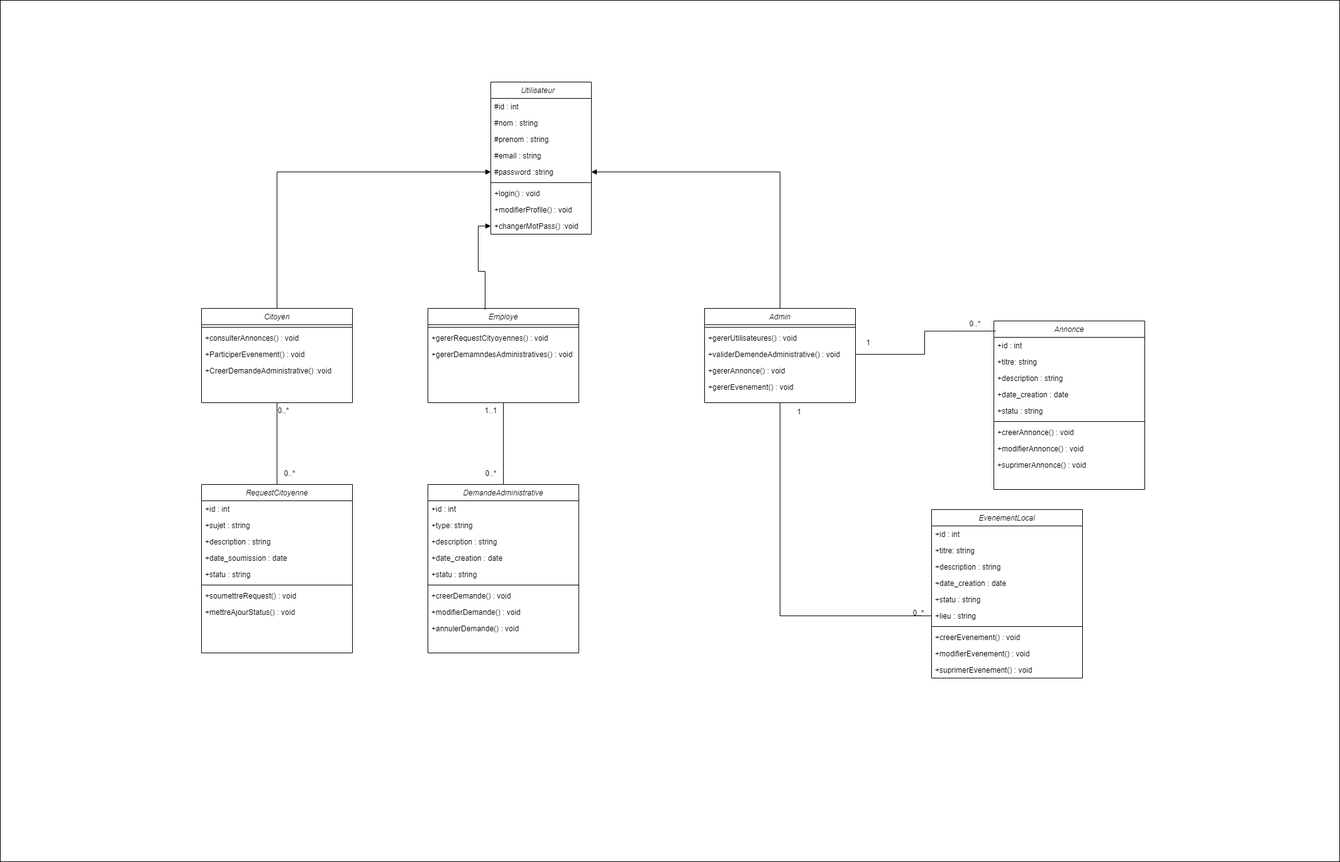
Earlier version of the draw.io export diagramme de class fill rouge.drawio.png (Abdelmoudiri/fill_rouge_fonctionalite). Source tidied: cells renumbered, new cells last; positions are measured from the earlier drawing's top-left corner, leaving out a move shared by most shapes.
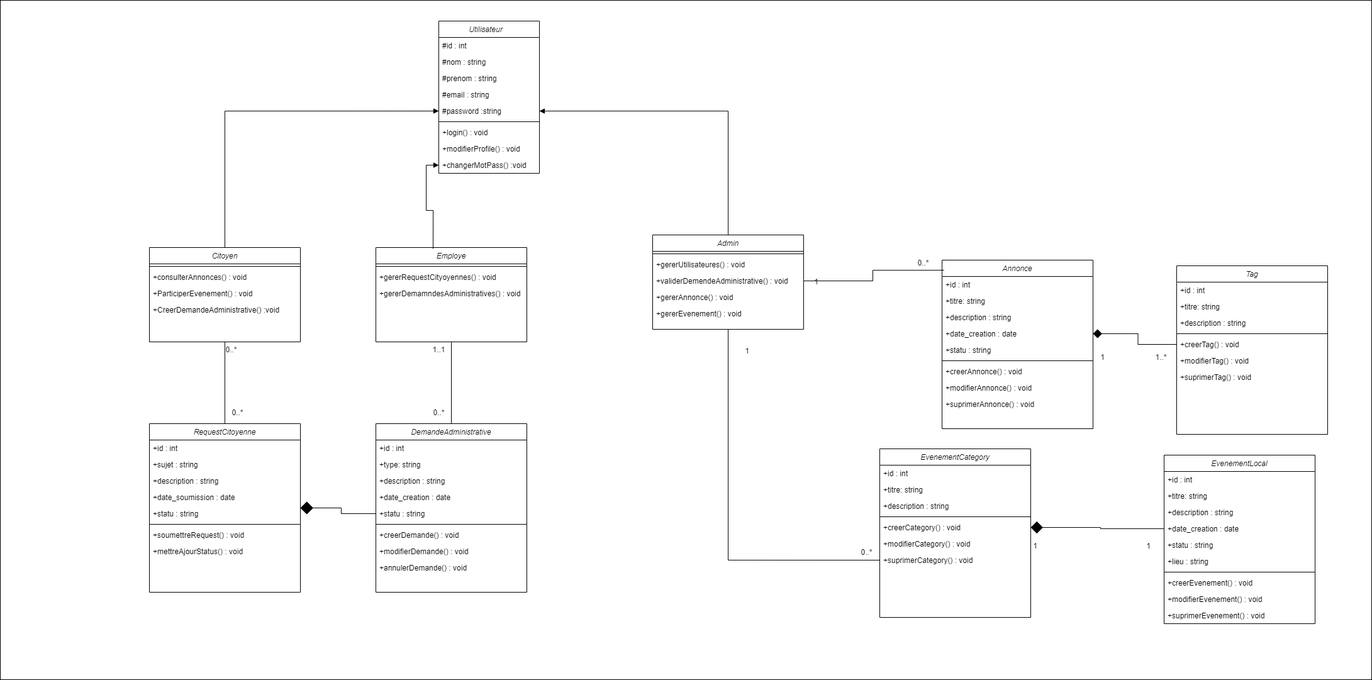
Later version of the same file.

The edit, as a diff of the source:
```diff
@@ -3,7 +3,7 @@
     <mxCell id="0" />
     <mxCell id="1" parent="0" />
     <mxCell id="2" style="rounded=0;whiteSpace=wrap;html=1;" parent="1" vertex="1">
-      <mxGeometry width="2130" height="1370" as="geometry" />
+      <mxGeometry x="83" y="97" width="2180" height="1080" as="geometry" />
     </mxCell>
     <mxCell id="3" value="Utilisateur   " style="swimlane;fontStyle=2;align=center;verticalAlign=top;horizontal=1;startSize=26;rounded=0;shadow=0;strokeWidth=1;" parent="1" vertex="1">
       <mxGeometry x="780" y="130" width="160" height="242" as="geometry" />
@@ -69,7 +69,7 @@
       <mxGeometry y="60" width="240" height="26" as="geometry" />
     </mxCell>
     <mxCell id="24" value="Admin" style="swimlane;fontStyle=2;align=center;verticalAlign=top;horizontal=1;startSize=26;rounded=0;shadow=0;strokeWidth=1;" parent="1" vertex="1">
-      <mxGeometry x="1120" y="490" width="240" height="150" as="geometry" />
+      <mxGeometry x="1120" y="470" width="240" height="150" as="geometry" />
     </mxCell>
     <mxCell id="25" style="line;html=1;strokeWidth=1;align=left;verticalAlign=middle;spacingTop=-1;spacingLeft=3;spacingRight=3;labelPosition=right;" parent="24" vertex="1">
       <mxGeometry y="26" width="240" height="8" as="geometry" />
@@ -86,6 +86,9 @@
     <mxCell id="29" value="+gererEvenement() : void" style="text;align=left;verticalAlign=top;spacingLeft=4;spacingRight=4;overflow=hidden;rounded=0;shadow=0;html=0;" parent="24" vertex="1">
       <mxGeometry y="112" width="240" height="26" as="geometry" />
     </mxCell>
+    <mxCell id="83" style="edgeStyle=orthogonalEdgeStyle;rounded=0;jettySize=auto;html=1;endArrow=none;startFill=1;startArrow=diamond;targetPerimeterSpacing=0;endSize=6;startSize=18;" parent="1" edge="1" source="30" target="44">
+      <mxGeometry relative="1" as="geometry" />
+    </mxCell>
     <mxCell id="30" value="RequestCitoyenne" style="swimlane;fontStyle=2;align=center;verticalAlign=top;horizontal=1;startSize=26;rounded=0;shadow=0;strokeWidth=1;" parent="1" vertex="1">
       <mxGeometry x="320" y="770" width="240" height="268" as="geometry" />
     </mxCell>
@@ -173,7 +176,7 @@
     <mxCell id="58" value="+suprimerAnnonce() : void" style="text;align=left;verticalAlign=top;spacingLeft=4;spacingRight=4;overflow=hidden;rounded=0;shadow=0;html=0;" parent="49" vertex="1">
       <mxGeometry y="216" width="240" height="26" as="geometry" />
     </mxCell>
-    <mxCell id="59" value="EvenementLocal" style="swimlane;fontStyle=2;align=center;verticalAlign=top;horizontal=1;startSize=26;rounded=0;shadow=0;strokeWidth=1;" parent="1" vertex="1">
+    <mxCell id="59" value="EvenementCategory" style="swimlane;fontStyle=2;align=center;verticalAlign=top;horizontal=1;startSize=26;rounded=0;shadow=0;strokeWidth=1;" parent="1" vertex="1">
       <mxGeometry x="1481" y="810" width="240" height="268" as="geometry" />
     </mxCell>
     <mxCell id="60" value="+id : int" style="text;align=left;verticalAlign=top;spacingLeft=4;spacingRight=4;overflow=hidden;" parent="59" vertex="1">
@@ -185,26 +188,17 @@
     <mxCell id="62" value="+description : string" style="text;align=left;verticalAlign=top;spacingLeft=4;spacingRight=4;overflow=hidden;" parent="59" vertex="1">
       <mxGeometry y="78" width="240" height="26" as="geometry" />
     </mxCell>
-    <mxCell id="63" value="+date_creation : date" style="text;align=left;verticalAlign=top;spacingLeft=4;spacingRight=4;overflow=hidden;points=[[0,0.5],[1,0.5]];portConstraint=eastwest;" parent="59" vertex="1">
-      <mxGeometry y="104" width="240" height="26" as="geometry" />
-    </mxCell>
-    <mxCell id="64" value="+statu : string" style="text;align=left;verticalAlign=top;spacingLeft=4;spacingRight=4;overflow=hidden;" parent="59" vertex="1">
-      <mxGeometry y="130" width="240" height="26" as="geometry" />
-    </mxCell>
-    <mxCell id="65" value="+lieu : string" style="text;align=left;verticalAlign=top;spacingLeft=4;spacingRight=4;overflow=hidden;points=[[0,0.5],[1,0.5]];portConstraint=eastwest;" parent="59" vertex="1">
-      <mxGeometry y="156" width="240" height="26" as="geometry" />
-    </mxCell>
     <mxCell id="66" style="line;html=1;strokeWidth=1;align=left;verticalAlign=middle;spacingTop=-1;spacingLeft=3;spacingRight=3;labelPosition=right;" parent="59" vertex="1">
-      <mxGeometry y="182" width="240" height="8" as="geometry" />
+      <mxGeometry y="104" width="240" height="8" as="geometry" />
     </mxCell>
-    <mxCell id="67" value="+creerEvenement() : void" style="text;align=left;verticalAlign=top;spacingLeft=4;spacingRight=4;overflow=hidden;points=[[0,0.5],[1,0.5]];portConstraint=eastwest;" parent="59" vertex="1">
-      <mxGeometry y="190" width="240" height="26" as="geometry" />
+    <mxCell id="67" value="+creerCategory() : void" style="text;align=left;verticalAlign=top;spacingLeft=4;spacingRight=4;overflow=hidden;points=[[0,0.5],[1,0.5]];portConstraint=eastwest;" parent="59" vertex="1">
+      <mxGeometry y="112" width="240" height="26" as="geometry" />
     </mxCell>
-    <mxCell id="68" value="+modifierEvenement() : void" style="text;align=left;verticalAlign=top;spacingLeft=4;spacingRight=4;overflow=hidden;rounded=0;shadow=0;html=0;" parent="59" vertex="1">
-      <mxGeometry y="216" width="240" height="26" as="geometry" />
+    <mxCell id="68" value="+modifierCategory() : void" style="text;align=left;verticalAlign=top;spacingLeft=4;spacingRight=4;overflow=hidden;rounded=0;shadow=0;html=0;" parent="59" vertex="1">
+      <mxGeometry y="138" width="240" height="26" as="geometry" />
     </mxCell>
-    <mxCell id="69" value="+suprimerEvenement() : void" style="text;align=left;verticalAlign=top;spacingLeft=4;spacingRight=4;overflow=hidden;points=[[0,0.5],[1,0.5]];portConstraint=eastwest;rounded=0;shadow=0;html=0;" parent="59" vertex="1">
-      <mxGeometry y="242" width="240" height="26" as="geometry" />
+    <mxCell id="69" value="+suprimerCategory() : void" style="text;align=left;verticalAlign=top;spacingLeft=4;spacingRight=4;overflow=hidden;points=[[0,0.5],[1,0.5]];portConstraint=eastwest;rounded=0;shadow=0;html=0;" parent="59" vertex="1">
+      <mxGeometry y="164" width="240" height="26" as="geometry" />
     </mxCell>
     <mxCell id="70" style="edgeStyle=orthogonalEdgeStyle;rounded=0;jettySize=auto;html=1;exitX=0;exitY=0.5;exitDx=0;exitDy=0;endArrow=none;startFill=1;startArrow=block;" parent="1" edge="1" source="8" target="14">
       <mxGeometry relative="1" as="geometry" />
@@ -230,7 +224,7 @@
     <mxCell id="77" style="edgeStyle=orthogonalEdgeStyle;rounded=0;jettySize=auto;html=1;entryX=0.013;entryY=0.06;entryDx=0;entryDy=0;entryPerimeter=0;endArrow=none;startFill=0;" parent="1" edge="1" source="27" target="49">
       <mxGeometry relative="1" as="geometry" />
     </mxCell>
-    <mxCell id="78" style="edgeStyle=orthogonalEdgeStyle;rounded=0;jettySize=auto;html=1;endArrow=none;startFill=0;" parent="1" edge="1" source="24" target="65">
+    <mxCell id="78" style="edgeStyle=orthogonalEdgeStyle;rounded=0;jettySize=auto;html=1;endArrow=none;startFill=0;entryX=0;entryY=0.5;entryDx=0;entryDy=0;" parent="1" edge="1" source="24" target="69">
       <mxGeometry relative="1" as="geometry" />
     </mxCell>
     <mxCell id="79" value="1" style="text;html=1;align=center;verticalAlign=middle;strokeColor=none;fillColor=none;" parent="1" vertex="1">
@@ -245,5 +239,80 @@
     <mxCell id="82" value="1" style="text;html=1;align=center;verticalAlign=middle;strokeColor=none;fillColor=none;" parent="1" vertex="1">
       <mxGeometry x="1365" y="530" width="30" height="30" as="geometry" />
     </mxCell>
+    <mxCell id="84" value="Tag" style="swimlane;fontStyle=2;align=center;verticalAlign=top;horizontal=1;startSize=26;rounded=0;shadow=0;strokeWidth=1;" parent="1" vertex="1">
+      <mxGeometry x="1953" y="519" width="240" height="268" as="geometry" />
+    </mxCell>
+    <mxCell id="85" value="+id : int" style="text;align=left;verticalAlign=top;spacingLeft=4;spacingRight=4;overflow=hidden;" parent="84" vertex="1">
+      <mxGeometry y="26" width="240" height="26" as="geometry" />
+    </mxCell>
+    <mxCell id="86" value="+titre: string" style="text;align=left;verticalAlign=top;spacingLeft=4;spacingRight=4;overflow=hidden;" parent="84" vertex="1">
+      <mxGeometry y="52" width="240" height="26" as="geometry" />
+    </mxCell>
+    <mxCell id="87" value="+description : string" style="text;align=left;verticalAlign=top;spacingLeft=4;spacingRight=4;overflow=hidden;" parent="84" vertex="1">
+      <mxGeometry y="78" width="240" height="26" as="geometry" />
+    </mxCell>
+    <mxCell id="88" style="line;html=1;strokeWidth=1;align=left;verticalAlign=middle;spacingTop=-1;spacingLeft=3;spacingRight=3;labelPosition=right;" parent="84" vertex="1">
+      <mxGeometry y="104" width="240" height="8" as="geometry" />
+    </mxCell>
+    <mxCell id="89" value="+creerTag() : void" style="text;align=left;verticalAlign=top;spacingLeft=4;spacingRight=4;overflow=hidden;points=[[0,0.5],[1,0.5]];portConstraint=eastwest;" parent="84" vertex="1">
+      <mxGeometry y="112" width="240" height="26" as="geometry" />
+    </mxCell>
+    <mxCell id="90" value="+modifierTag() : void" style="text;align=left;verticalAlign=top;spacingLeft=4;spacingRight=4;overflow=hidden;rounded=0;shadow=0;html=0;" parent="84" vertex="1">
+      <mxGeometry y="138" width="240" height="26" as="geometry" />
+    </mxCell>
+    <mxCell id="91" value="+suprimerTag() : void" style="text;align=left;verticalAlign=top;spacingLeft=4;spacingRight=4;overflow=hidden;rounded=0;shadow=0;html=0;" parent="84" vertex="1">
+      <mxGeometry y="164" width="240" height="26" as="geometry" />
+    </mxCell>
+    <mxCell id="92" style="edgeStyle=orthogonalEdgeStyle;rounded=0;jettySize=auto;html=1;exitX=1;exitY=0.5;exitDx=0;exitDy=0;entryX=0;entryY=0.5;entryDx=0;entryDy=0;endArrow=none;startFill=1;startArrow=diamond;startSize=12;" parent="1" edge="1" source="53" target="89">
+      <mxGeometry relative="1" as="geometry" />
+    </mxCell>
+    <mxCell id="93" value="EvenementLocal" style="swimlane;fontStyle=2;align=center;verticalAlign=top;horizontal=1;startSize=26;rounded=0;shadow=0;strokeWidth=1;" parent="1" vertex="1">
+      <mxGeometry x="1933" y="820" width="240" height="268" as="geometry" />
+    </mxCell>
+    <mxCell id="94" value="+id : int" style="text;align=left;verticalAlign=top;spacingLeft=4;spacingRight=4;overflow=hidden;" parent="93" vertex="1">
+      <mxGeometry y="26" width="240" height="26" as="geometry" />
+    </mxCell>
+    <mxCell id="95" value="+titre: string" style="text;align=left;verticalAlign=top;spacingLeft=4;spacingRight=4;overflow=hidden;" parent="93" vertex="1">
+      <mxGeometry y="52" width="240" height="26" as="geometry" />
+    </mxCell>
+    <mxCell id="96" value="+description : string" style="text;align=left;verticalAlign=top;spacingLeft=4;spacingRight=4;overflow=hidden;" parent="93" vertex="1">
+      <mxGeometry y="78" width="240" height="26" as="geometry" />
+    </mxCell>
+    <mxCell id="63" value="+date_creation : date" style="text;align=left;verticalAlign=top;spacingLeft=4;spacingRight=4;overflow=hidden;points=[[0,0.5],[1,0.5]];portConstraint=eastwest;" parent="93" vertex="1">
+      <mxGeometry y="104" width="240" height="26" as="geometry" />
+    </mxCell>
+    <mxCell id="64" value="+statu : string" style="text;align=left;verticalAlign=top;spacingLeft=4;spacingRight=4;overflow=hidden;" parent="93" vertex="1">
+      <mxGeometry y="130" width="240" height="26" as="geometry" />
+    </mxCell>
+    <mxCell id="65" value="+lieu : string" style="text;align=left;verticalAlign=top;spacingLeft=4;spacingRight=4;overflow=hidden;points=[[0,0.5],[1,0.5]];portConstraint=eastwest;" parent="93" vertex="1">
+      <mxGeometry y="156" width="240" height="26" as="geometry" />
+    </mxCell>
+    <mxCell id="97" style="line;html=1;strokeWidth=1;align=left;verticalAlign=middle;spacingTop=-1;spacingLeft=3;spacingRight=3;labelPosition=right;" parent="93" vertex="1">
+      <mxGeometry y="182" width="240" height="8" as="geometry" />
+    </mxCell>
+    <mxCell id="98" value="+creerEvenement() : void" style="text;align=left;verticalAlign=top;spacingLeft=4;spacingRight=4;overflow=hidden;" parent="93" vertex="1">
+      <mxGeometry y="190" width="240" height="26" as="geometry" />
+    </mxCell>
+    <mxCell id="99" value="+modifierEvenement() : void" style="text;align=left;verticalAlign=top;spacingLeft=4;spacingRight=4;overflow=hidden;rounded=0;shadow=0;html=0;" parent="93" vertex="1">
+      <mxGeometry y="216" width="240" height="26" as="geometry" />
+    </mxCell>
+    <mxCell id="100" value="+suprimerEvenement() : void" style="text;align=left;verticalAlign=top;spacingLeft=4;spacingRight=4;overflow=hidden;rounded=0;shadow=0;html=0;" parent="93" vertex="1">
+      <mxGeometry y="242" width="240" height="26" as="geometry" />
+    </mxCell>
+    <mxCell id="101" style="edgeStyle=orthogonalEdgeStyle;rounded=0;jettySize=auto;html=1;exitX=1;exitY=0.5;exitDx=0;exitDy=0;endArrow=none;startFill=1;startArrow=diamond;startSize=17;" parent="1" edge="1" source="67" target="63">
+      <mxGeometry relative="1" as="geometry" />
+    </mxCell>
+    <mxCell id="102" value="1" style="text;html=1;align=center;verticalAlign=middle;strokeColor=none;fillColor=none;" parent="1" vertex="1">
+      <mxGeometry x="1713" y="950" width="30" height="30" as="geometry" />
+    </mxCell>
+    <mxCell id="103" value="1" style="text;html=1;align=center;verticalAlign=middle;strokeColor=none;fillColor=none;" parent="1" vertex="1">
+      <mxGeometry x="1893" y="950" width="30" height="30" as="geometry" />
+    </mxCell>
+    <mxCell id="104" value="1" style="text;html=1;align=center;verticalAlign=middle;strokeColor=none;fillColor=none;" parent="1" vertex="1">
+      <mxGeometry x="1820" y="650" width="30" height="30" as="geometry" />
+    </mxCell>
+    <mxCell id="105" value="1..*" style="text;html=1;align=center;verticalAlign=middle;strokeColor=none;fillColor=none;" parent="1" vertex="1">
+      <mxGeometry x="1908" y="650" width="40" height="30" as="geometry" />
+    </mxCell>
   </root>
 </mxGraphModel>
```
